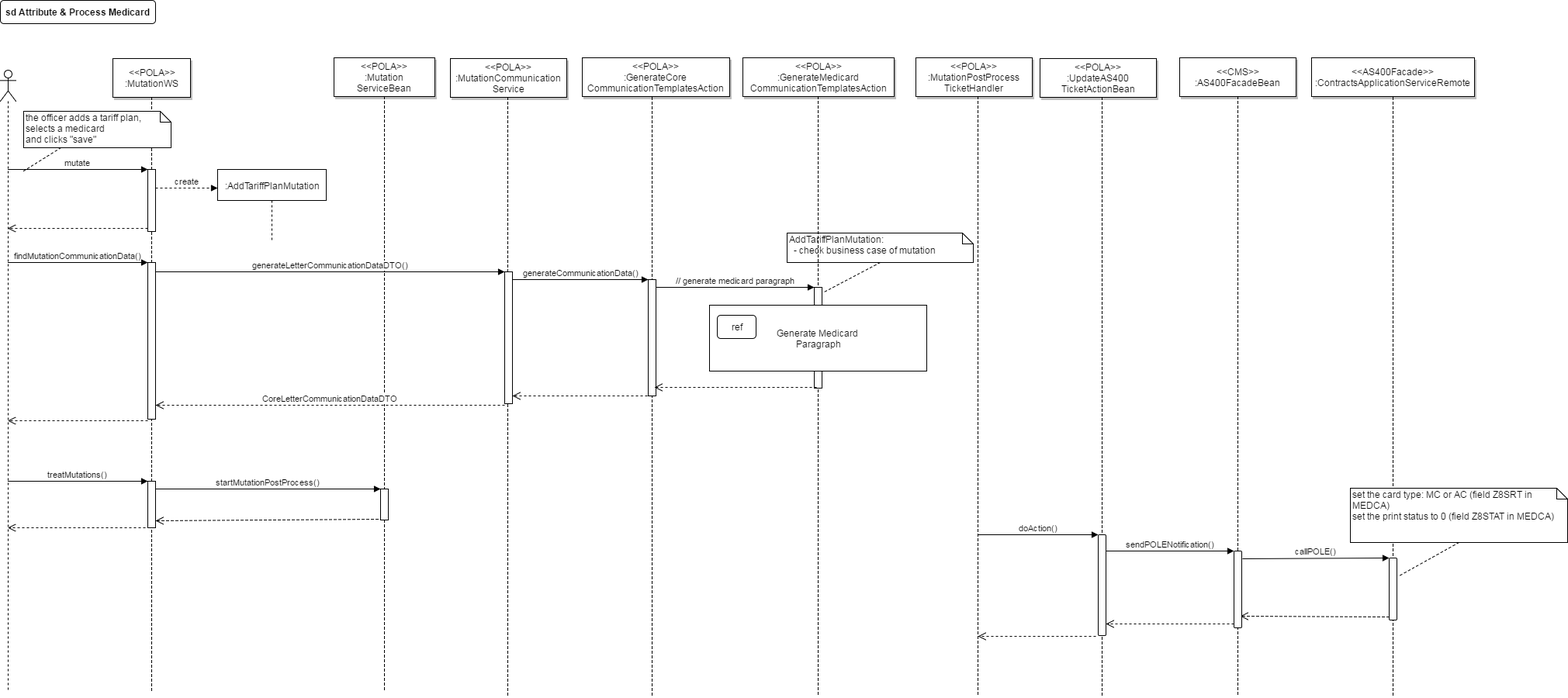
Earlier version of the draw.io export diagrams-export/main.png (wim-dkv/pola). Source tidied: cells renumbered, new cells last; positions are measured from the earlier drawing's top-left corner, leaving out a move shared by most shapes.
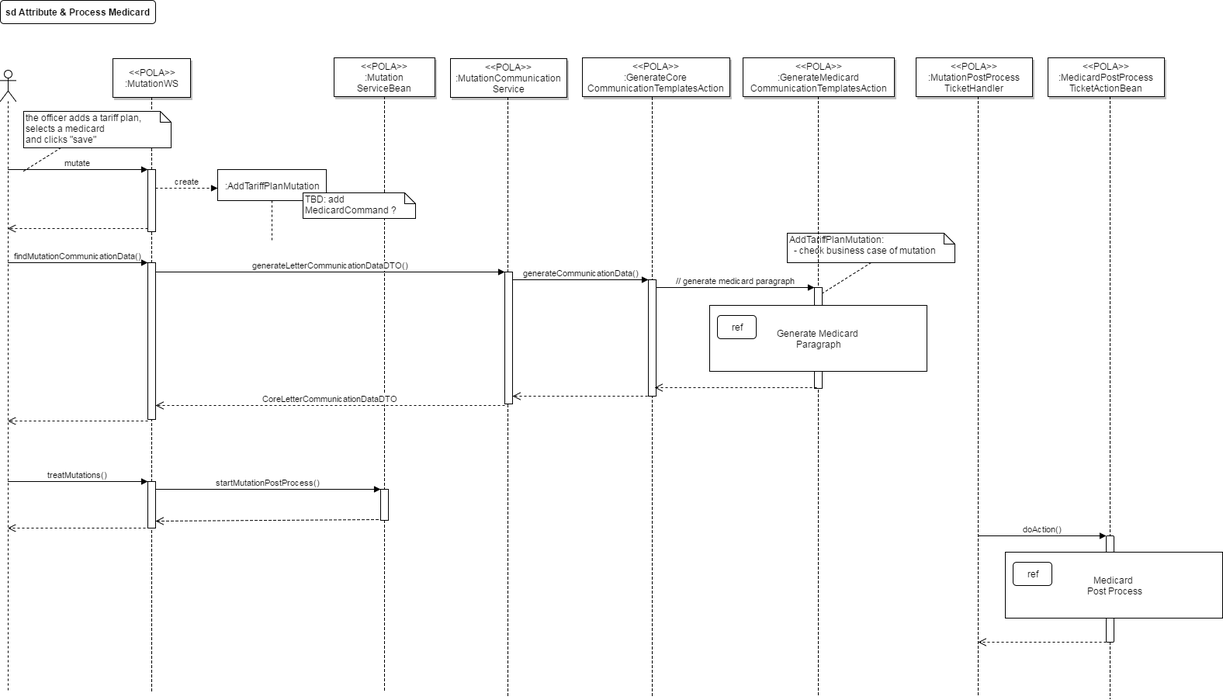
Later version of the same file.

What changed in the source:
```diff
@@ -109,9 +109,6 @@
     <mxCell id="29" style="html=1;points=[];perimeter=orthogonalPerimeter;" parent="1" vertex="1">
       <mxGeometry x="650" y="350" width="10" height="170" as="geometry" />
     </mxCell>
-    <mxCell id="30" value="&amp;lt;&amp;lt;AS400Facade&amp;gt;&amp;gt;&lt;br&gt;:ContractsApplicationServiceRemote" style="shadow=1;fillColor=#FFFFFF;strokeColor=#000000;html=1;" parent="1" vertex="1">
-      <mxGeometry x="1690" y="74" width="210" height="50" as="geometry" />
-    </mxCell>
     <mxCell id="31" value="&amp;lt;&amp;lt;POLA&amp;gt;&amp;gt;&lt;br&gt;:GenerateCore&lt;br&gt;CommunicationTemplatesAction&lt;br&gt;" style="shadow=1;fillColor=#FFFFFF;strokeColor=#000000;html=1;" parent="1" vertex="1">
       <mxGeometry x="750" y="74" width="190" height="50" as="geometry" />
     </mxCell>
@@ -133,7 +130,7 @@
       </mxGeometry>
     </mxCell>
     <mxCell id="36" value="AddTariffPlanMutation:&lt;br&gt;&amp;nbsp; - check business case of mutation" style="shape=note;whiteSpace=wrap;html=1;size=14;verticalAlign=top;align=left;spacingTop=-6;" parent="1" vertex="1">
-      <mxGeometry x="1014" y="300" width="240" height="38" as="geometry" />
+      <mxGeometry x="1014" y="300" width="216" height="38" as="geometry" />
     </mxCell>
     <mxCell id="37" value="&amp;lt;&amp;lt;POLA&amp;gt;&amp;gt;&lt;br&gt;:&lt;span&gt;GenerateMedicard&lt;br&gt;CommunicationTemplatesAction&lt;/span&gt;" style="shadow=1;fillColor=#FFFFFF;strokeColor=#000000;html=1;" parent="1" vertex="1">
       <mxGeometry x="957" y="74" width="195" height="50" as="geometry" />
@@ -165,48 +162,6 @@
     <mxCell id="45" style="rounded=0;html=1;endFill=0;dashed=1;endArrow=none;exitX=0.5;exitY=1;entryX=1.1;entryY=0.054;entryPerimeter=0;" parent="1" edge="1" source="36" target="39">
       <mxGeometry relative="1" as="geometry" />
     </mxCell>
-    <mxCell id="46" style="edgeStyle=elbowEdgeStyle;elbow=horizontal;endArrow=none;dashed=1;html=1;exitX=0.5;exitY=1;" parent="1" edge="1">
-      <mxGeometry x="1665" y="319" as="geometry">
-        <mxPoint x="1595" y="124" as="sourcePoint" />
-        <mxPoint x="1595" y="897" as="targetPoint" />
-      </mxGeometry>
-    </mxCell>
-    <mxCell id="47" style="edgeStyle=elbowEdgeStyle;elbow=horizontal;endArrow=none;dashed=1;html=1;exitX=0.5;exitY=1;" parent="1" edge="1">
-      <mxGeometry x="1865" y="320" as="geometry">
-        <mxPoint x="1795" y="125" as="sourcePoint" />
-        <mxPoint x="1795" y="898" as="targetPoint" />
-      </mxGeometry>
-    </mxCell>
-    <mxCell id="48" value="&amp;lt;&amp;lt;CMS&amp;gt;&amp;gt;&lt;br&gt;:AS400FacadeBean" style="shadow=1;fillColor=#FFFFFF;strokeColor=#000000;html=1;" parent="1" vertex="1">
-      <mxGeometry x="1520" y="74" width="150" height="50" as="geometry" />
-    </mxCell>
-    <mxCell id="49" style="html=1;points=[];perimeter=orthogonalPerimeter;rounded=1;" parent="1" vertex="1">
-      <mxGeometry x="1790" y="719" width="10" height="80" as="geometry" />
-    </mxCell>
-    <mxCell id="50" value="callPOLE()" style="html=1;verticalAlign=bottom;endArrow=block;entryX=0;entryY=0;exitX=1.1;exitY=0.1;exitPerimeter=0;" parent="1" edge="1" source="52" target="49">
-      <mxGeometry relative="1" as="geometry" />
-    </mxCell>
-    <mxCell id="51" style="html=1;verticalAlign=bottom;endArrow=open;dashed=1;endSize=8;exitX=0;exitY=0.95;entryX=0.8;entryY=0.848;entryPerimeter=0;" parent="1" edge="1" source="49" target="52">
-      <mxGeometry relative="1" as="geometry" />
-    </mxCell>
-    <mxCell id="52" style="html=1;points=[];perimeter=orthogonalPerimeter;rounded=1;" parent="1" vertex="1">
-      <mxGeometry x="1590" y="710" width="10" height="99" as="geometry" />
-    </mxCell>
-    <mxCell id="53" value="sendPOLENotification()" style="html=1;verticalAlign=bottom;endArrow=block;entryX=0;entryY=0;" parent="1" edge="1" source="59" target="52">
-      <mxGeometry relative="1" as="geometry" />
-    </mxCell>
-    <mxCell id="54" style="html=1;verticalAlign=bottom;endArrow=open;dashed=1;endSize=8;exitX=0;exitY=0.95;" parent="1" edge="1" source="52" target="59">
-      <mxGeometry relative="1" as="geometry" />
-    </mxCell>
-    <mxCell id="55" value="&amp;lt;&amp;lt;POLA&amp;gt;&amp;gt;&lt;br&gt;:UpdateAS400&lt;br&gt;TicketActionBean" style="shadow=1;fillColor=#FFFFFF;strokeColor=#000000;html=1;" parent="1" vertex="1">
-      <mxGeometry x="1340" y="75" width="150" height="50" as="geometry" />
-    </mxCell>
-    <mxCell id="56" style="edgeStyle=elbowEdgeStyle;elbow=horizontal;endArrow=none;dashed=1;html=1;exitX=0.5;exitY=1;" parent="1" edge="1">
-      <mxGeometry x="1490" y="320" as="geometry">
-        <mxPoint x="1420" y="125" as="sourcePoint" />
-        <mxPoint x="1420" y="898" as="targetPoint" />
-      </mxGeometry>
-    </mxCell>
     <mxCell id="57" value="&amp;lt;&amp;lt;POLA&amp;gt;&amp;gt;&lt;br&gt;:MutationPostProcess&lt;br&gt;TicketHandler&lt;br&gt;" style="shadow=1;fillColor=#FFFFFF;strokeColor=#000000;html=1;" parent="1" vertex="1">
       <mxGeometry x="1180" y="74" width="150" height="50" as="geometry" />
     </mxCell>
@@ -216,24 +171,42 @@
         <mxPoint x="1260" y="897" as="targetPoint" />
       </mxGeometry>
     </mxCell>
-    <mxCell id="59" style="html=1;points=[];perimeter=orthogonalPerimeter;rounded=1;" parent="1" vertex="1">
-      <mxGeometry x="1415" y="689" width="10" height="130" as="geometry" />
-    </mxCell>
+    <mxCell id="64" value="&amp;lt;&amp;lt;POLA&amp;gt;&amp;gt;&lt;br&gt;:MedicardPostProcess&lt;br&gt;TicketActionBean" style="shadow=1;fillColor=#FFFFFF;strokeColor=#000000;html=1;" parent="1" vertex="1">
+      <mxGeometry x="1350" y="74" width="150" height="50" as="geometry" />
+    </mxCell>
+    <mxCell id="65" style="edgeStyle=elbowEdgeStyle;elbow=horizontal;endArrow=none;dashed=1;html=1;exitX=0.5;exitY=1;" parent="1" edge="1" source="66">
+      <mxGeometry x="1500" y="486" as="geometry">
+        <mxPoint x="1430" y="900" as="targetPoint" />
+      </mxGeometry>
+    </mxCell>
-    <mxCell id="60" value="doAction()" style="html=1;verticalAlign=bottom;endArrow=block;entryX=0;entryY=0;" parent="1" edge="1" target="59">
+    <mxCell id="60" value="doAction()" style="html=1;verticalAlign=bottom;endArrow=block;entryX=0;entryY=0;" parent="1" edge="1">
       <mxGeometry relative="1" as="geometry">
-        <mxPoint x="1260" y="689" as="sourcePoint" />
+        <mxPoint x="1260" y="690" as="sourcePoint" />
+        <mxPoint x="1425" y="690" as="targetPoint" />
       </mxGeometry>
     </mxCell>
-    <mxCell id="61" style="html=1;verticalAlign=bottom;endArrow=open;dashed=1;endSize=8;exitX=-0.3;exitY=1.008;exitPerimeter=0;" parent="1" edge="1" source="59">
-      <mxGeometry relative="1" as="geometry">
-        <mxPoint x="1260" y="820" as="targetPoint" />
-      </mxGeometry>
-    </mxCell>
-    <mxCell id="62" value="&lt;div&gt;set the card type: MC or AC (field Z8SRT in MEDCA)&lt;/div&gt;&lt;div&gt;set the print status to 0 (field Z8STAT in MEDCA)&lt;/div&gt;" style="shape=note;whiteSpace=wrap;html=1;size=14;verticalAlign=top;align=left;spacingTop=-6;rounded=1;" parent="1" vertex="1">
-      <mxGeometry x="1740" y="629" width="280" height="70" as="geometry" />
-    </mxCell>
-    <mxCell id="63" style="rounded=0;html=1;endFill=0;dashed=1;endArrow=none;exitX=0.5;exitY=1;entryX=1.3;entryY=0.288;entryPerimeter=0;" parent="1" edge="1" source="62" target="49">
-      <mxGeometry relative="1" as="geometry" />
-    </mxCell>
+    <mxCell id="66" style="html=1;points=[];perimeter=orthogonalPerimeter;rounded=1;" parent="1" vertex="1">
+      <mxGeometry x="1425" y="690" width="10" height="137" as="geometry" />
+    </mxCell>
+    <mxCell id="67" style="edgeStyle=elbowEdgeStyle;elbow=horizontal;endArrow=none;dashed=1;html=1;exitX=0.5;exitY=1;" parent="1" edge="1" target="66">
+      <mxGeometry x="1500" y="319" as="geometry">
+        <mxPoint x="1430" y="124" as="sourcePoint" />
+      </mxGeometry>
+    </mxCell>
+    <mxCell id="68" style="html=1;verticalAlign=bottom;endArrow=open;dashed=1;endSize=8;" parent="1" edge="1">
+      <mxGeometry relative="1" as="geometry">
+        <mxPoint x="1425" y="827" as="sourcePoint" />
+        <mxPoint x="1260" y="827" as="targetPoint" />
+      </mxGeometry>
+    </mxCell>
+    <mxCell id="69" value="Medicard&amp;nbsp;&lt;div&gt;Post Process&lt;/div&gt;" style="whiteSpace=wrap;html=1;" parent="1" vertex="1">
+      <mxGeometry x="1295" y="711" width="280" height="85" as="geometry" />
+    </mxCell>
+    <mxCell id="70" value="ref" style="whiteSpace=wrap;html=1;rounded=1;" parent="1" vertex="1">
+      <mxGeometry x="1305" y="724" width="50" height="30" as="geometry" />
+    </mxCell>
+    <mxCell id="71" value="TBD: add MedicardCommand ?" style="shape=note;whiteSpace=wrap;html=1;size=14;verticalAlign=top;align=left;spacingTop=-6;rounded=1;" parent="1" vertex="1">
+      <mxGeometry x="390" y="248" width="145" height="33" as="geometry" />
+    </mxCell>
   </root>
 </mxGraphModel>
```
